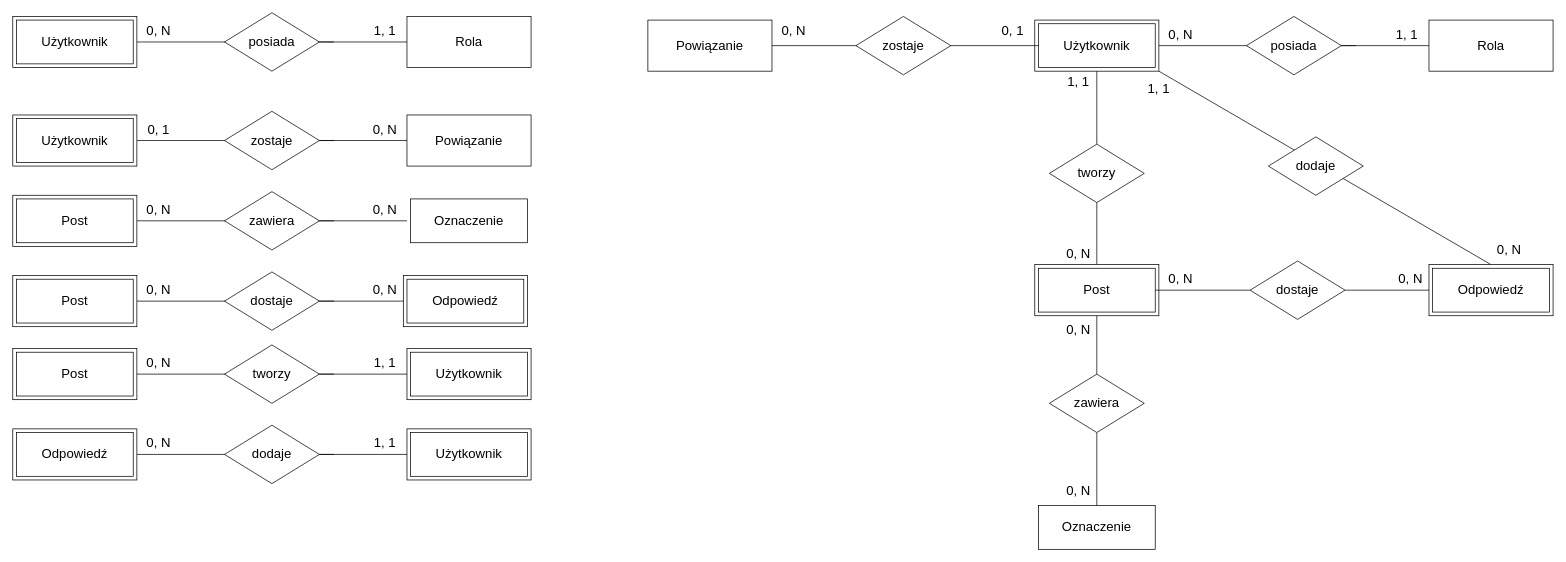
Before: erd.drawio in Veermove/spwrotted-doc, a draw.io diagram. Source tidied: cells renumbered, new cells numbered last; positions are measured from the earlier drawing's top-left corner, leaving out a move shared by most shapes. Both pictures are drawn from the tidied source at 73%, with x=0, y=0 at pixel (12, 12).
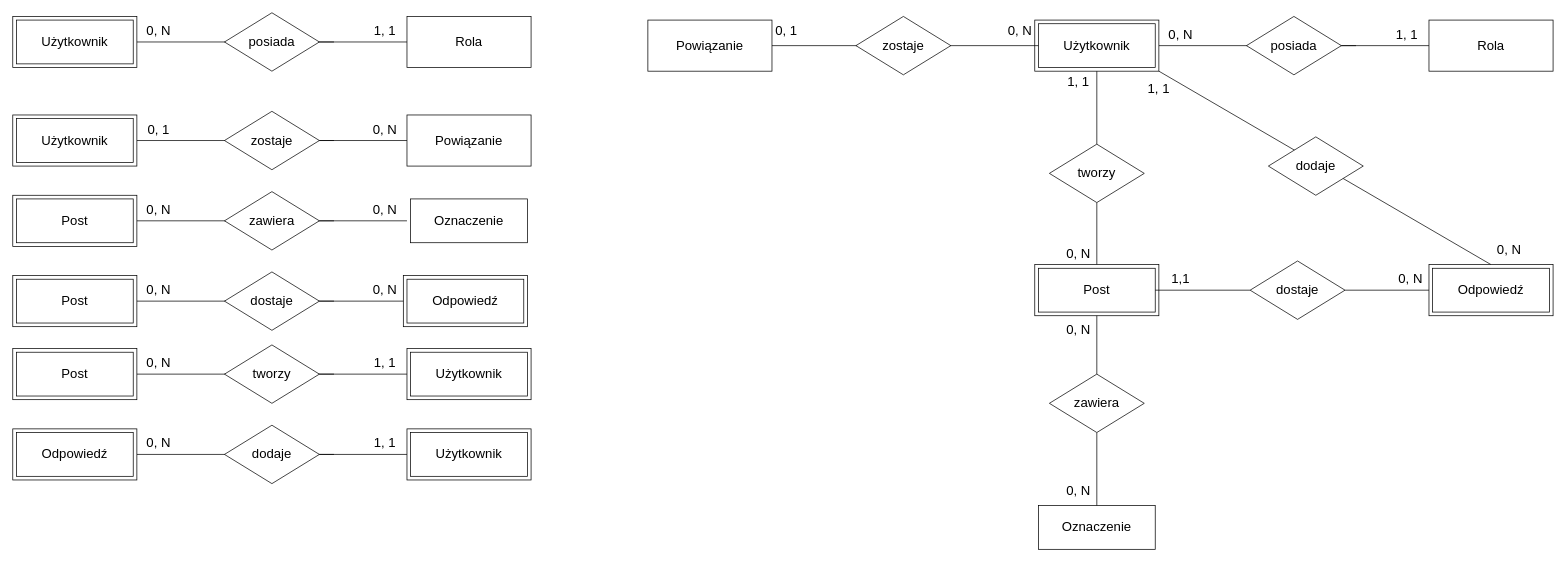
The same page after the edit.

Commit message (it also covers changes not shown here):
Approved ERD

What changed in the source:
```diff
@@
-    <mxCell id="80" value="&lt;font style=&quot;font-size: 18px;&quot;&gt;0, N&lt;/font&gt;" style="text;html=1;strokeColor=none;fillColor=none;align=center;verticalAlign=middle;whiteSpace=wrap;rounded=0;fontSize=18;" parent="1" vertex="1">
+    <mxCell id="80" value="1,1" style="text;html=1;strokeColor=none;fillColor=none;align=center;verticalAlign=middle;whiteSpace=wrap;rounded=0;fontSize=18;" parent="1" vertex="1">
       <mxGeometry x="1580" y="355" width="40" height="20" as="geometry" />
     </mxCell>
@@
     <mxCell id="92" value="&lt;font style=&quot;font-size: 18px;&quot;&gt;0, N&lt;/font&gt;" style="text;html=1;strokeColor=none;fillColor=none;align=center;verticalAlign=middle;whiteSpace=wrap;rounded=0;fontSize=18;" parent="1" vertex="1">
-      <mxGeometry x="1050" y="15" width="40" height="20" as="geometry" />
+      <mxGeometry x="1360" y="15" width="40" height="20" as="geometry" />
     </mxCell>
     <mxCell id="93" value="&lt;font style=&quot;font-size: 18px;&quot;&gt;0, 1&lt;/font&gt;" style="text;html=1;strokeColor=none;fillColor=none;align=center;verticalAlign=middle;whiteSpace=wrap;rounded=0;fontSize=18;" parent="1" vertex="1">
-      <mxGeometry x="1350" y="15" width="40" height="20" as="geometry" />
+      <mxGeometry x="1040" y="15" width="40" height="20" as="geometry" />
     </mxCell>
```
